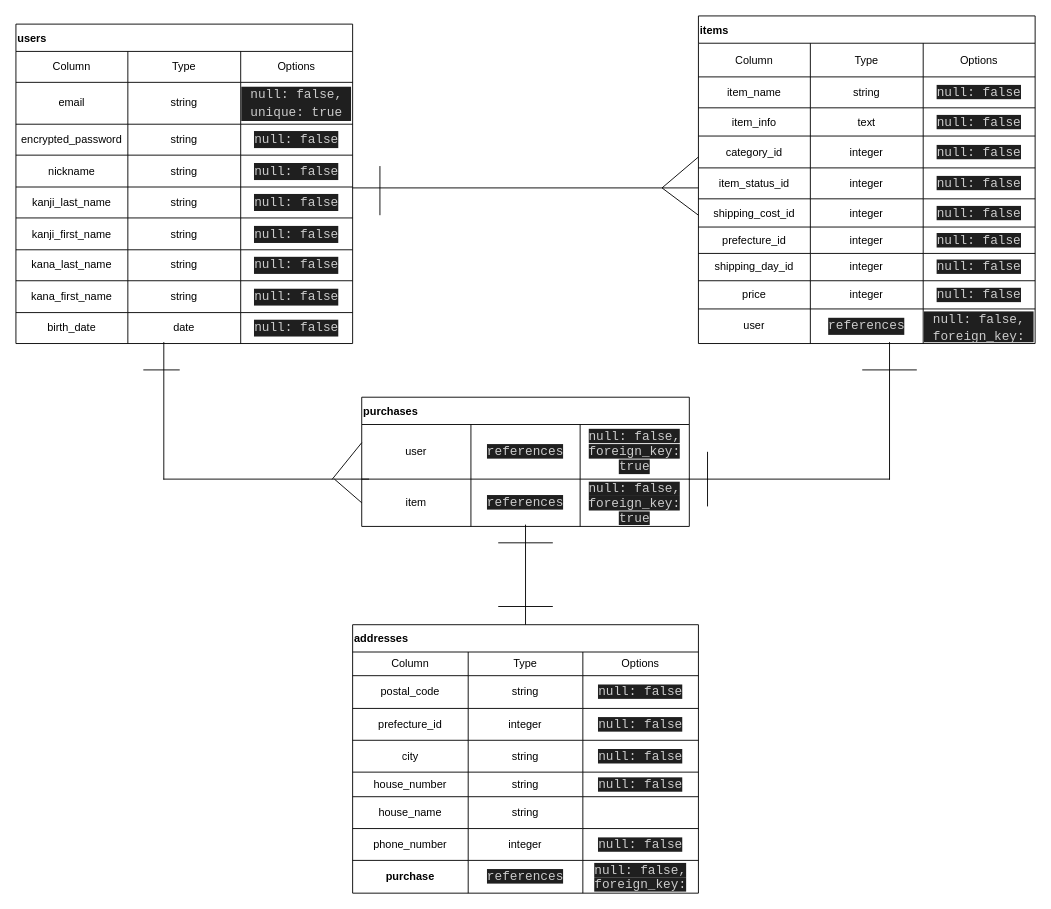
This is ER.dio from aoyagisyouta/furima-40862, a draw.io file, before an edit. Source tidied: cells renumbered, new cells numbered last; positions are measured from the earlier drawing's top-left corner, leaving out a move shared by most shapes. Both pictures are drawn from the tidied source at 91%, with x=0, y=0 at pixel (15, 15).
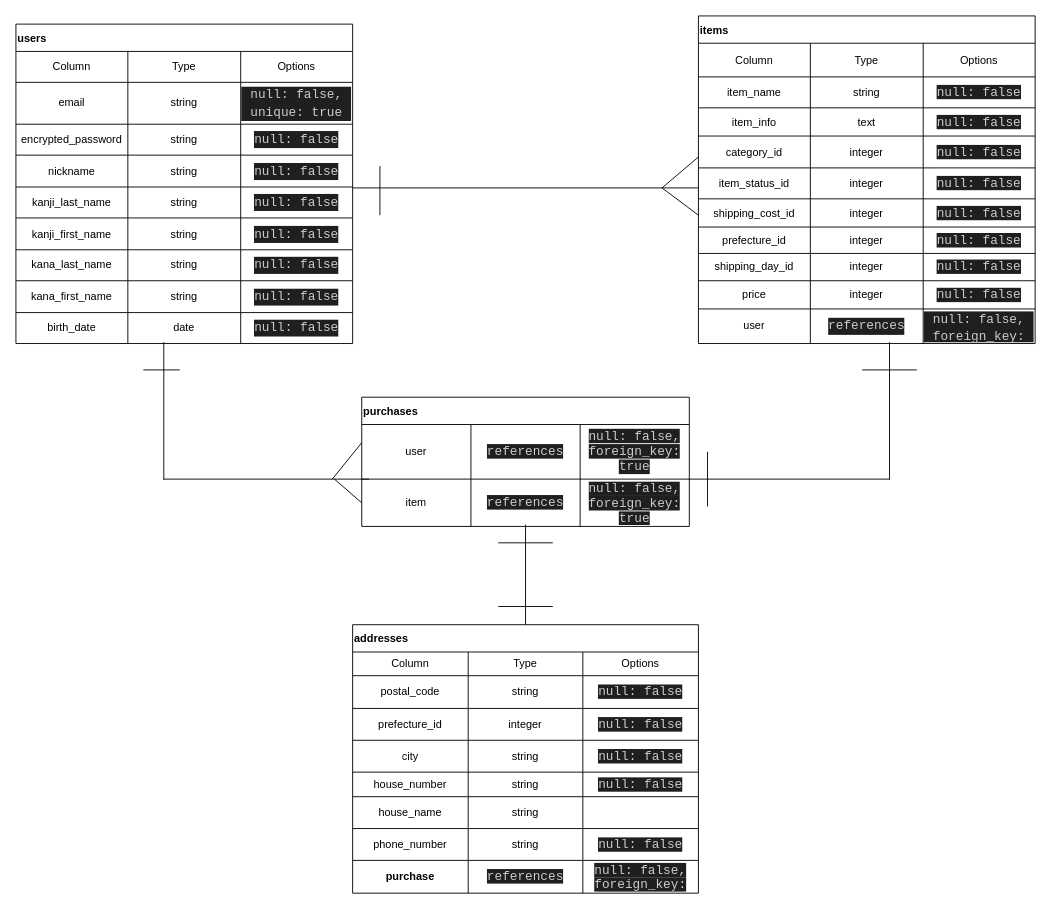
Above is the later version.

Commit message (it also covers changes not shown here):
データベース設計修正（3）

Unchanged cells that the change refers to:
```xml
<mxCell id="105" style="shape=tableRow;horizontal=0;startSize=0;swimlaneHead=0;swimlaneBody=0;top=0;left=0;bottom=0;right=0;fillColor=none;" parent="80" vertex="1">
  <mxGeometry y="224" width="380" height="35" as="geometry" />
</mxCell>
```

The edit, as a diff of the source:
```diff
@@
-    <mxCell id="107" value="integer" style="shape=partialRectangle;html=1;whiteSpace=wrap;fillColor=none;top=0;left=0;bottom=0;right=0;overflow=hidden;" parent="105" vertex="1">
+    <mxCell id="107" value="string" style="shape=partialRectangle;html=1;whiteSpace=wrap;fillColor=none;top=0;left=0;bottom=0;right=0;overflow=hidden;" parent="105" vertex="1">
       <mxGeometry x="127" width="126" height="35" as="geometry" />
     </mxCell>
```
